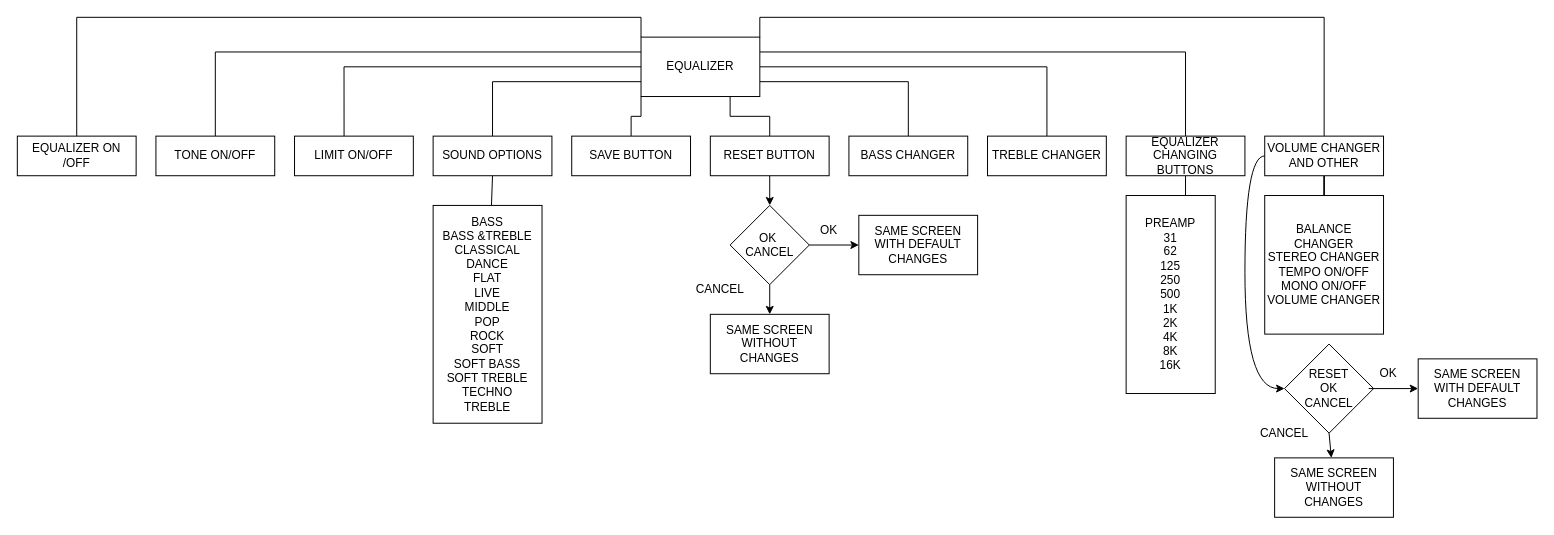
Before: page "MU-EQUALIZER" (2 of 3) of MuVid Player.drawio in aj2381999/muvidplayer, a draw.io diagram. Source tidied: cells renumbered, new cells numbered last; positions are measured from the earlier drawing's top-left corner, leaving out a move shared by most shapes. Both pictures are drawn from the tidied source at 99%, with x=0, y=0 at pixel (17, 37).
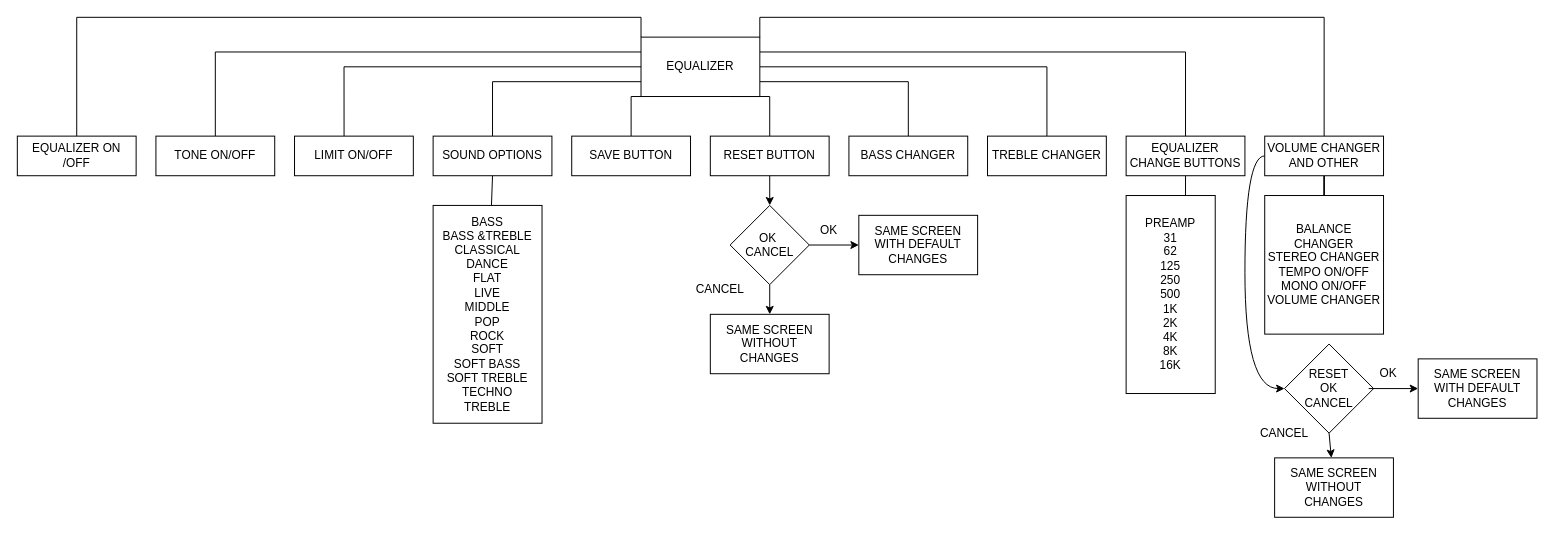
The same diagram, later.

Unchanged cells that the change refers to:
```xml
<mxCell id="12" value="EQUALIZER" style="rounded=0;whiteSpace=wrap;html=1;shadow=0;" parent="1" vertex="1">
  <mxGeometry x="630" width="120" height="60" as="geometry" />
</mxCell>
<mxCell id="22" value="SAVE BUTTON" style="rounded=0;whiteSpace=wrap;html=1;shadow=0;" parent="1" vertex="1">
  <mxGeometry x="560" y="100" width="120" height="40" as="geometry" />
</mxCell>
<mxCell id="24" value="RESET BUTTON" style="rounded=0;whiteSpace=wrap;html=1;shadow=0;" parent="1" vertex="1">
  <mxGeometry x="700" y="100" width="120" height="40" as="geometry" />
</mxCell>
```

Change to the diagram source:
```diff
@@
     <mxCell id="6" style="edgeStyle=orthogonalEdgeStyle;rounded=0;jettySize=auto;html=1;exitX=0;exitY=1;exitDx=0;exitDy=0;endArrow=none;endFill=0;" parent="1" edge="1" source="12" target="22">
-      <mxGeometry relative="1" as="geometry" />
+      <mxGeometry relative="1" as="geometry">
+        <Array as="points">
+          <mxPoint x="620" y="60" />
+        </Array>
+      </mxGeometry>
     </mxCell>
     <mxCell id="7" style="edgeStyle=orthogonalEdgeStyle;rounded=0;jettySize=auto;html=1;exitX=0.75;exitY=1;exitDx=0;exitDy=0;endArrow=none;endFill=0;" parent="1" edge="1" source="12" target="24">
-      <mxGeometry relative="1" as="geometry" />
+      <mxGeometry relative="1" as="geometry">
+        <Array as="points">
+          <mxPoint x="760" y="60" />
+        </Array>
+      </mxGeometry>
     </mxCell>
@@
-    <mxCell id="17" value="EQUALIZER CHANGING BUTTONS" style="rounded=0;whiteSpace=wrap;html=1;shadow=0;" parent="1" vertex="1">
+    <mxCell id="17" value="EQUALIZER CHANGE BUTTONS" style="rounded=0;whiteSpace=wrap;html=1;shadow=0;" parent="1" vertex="1">
       <mxGeometry x="1120" y="100" width="120" height="40" as="geometry" />
     </mxCell>
```
